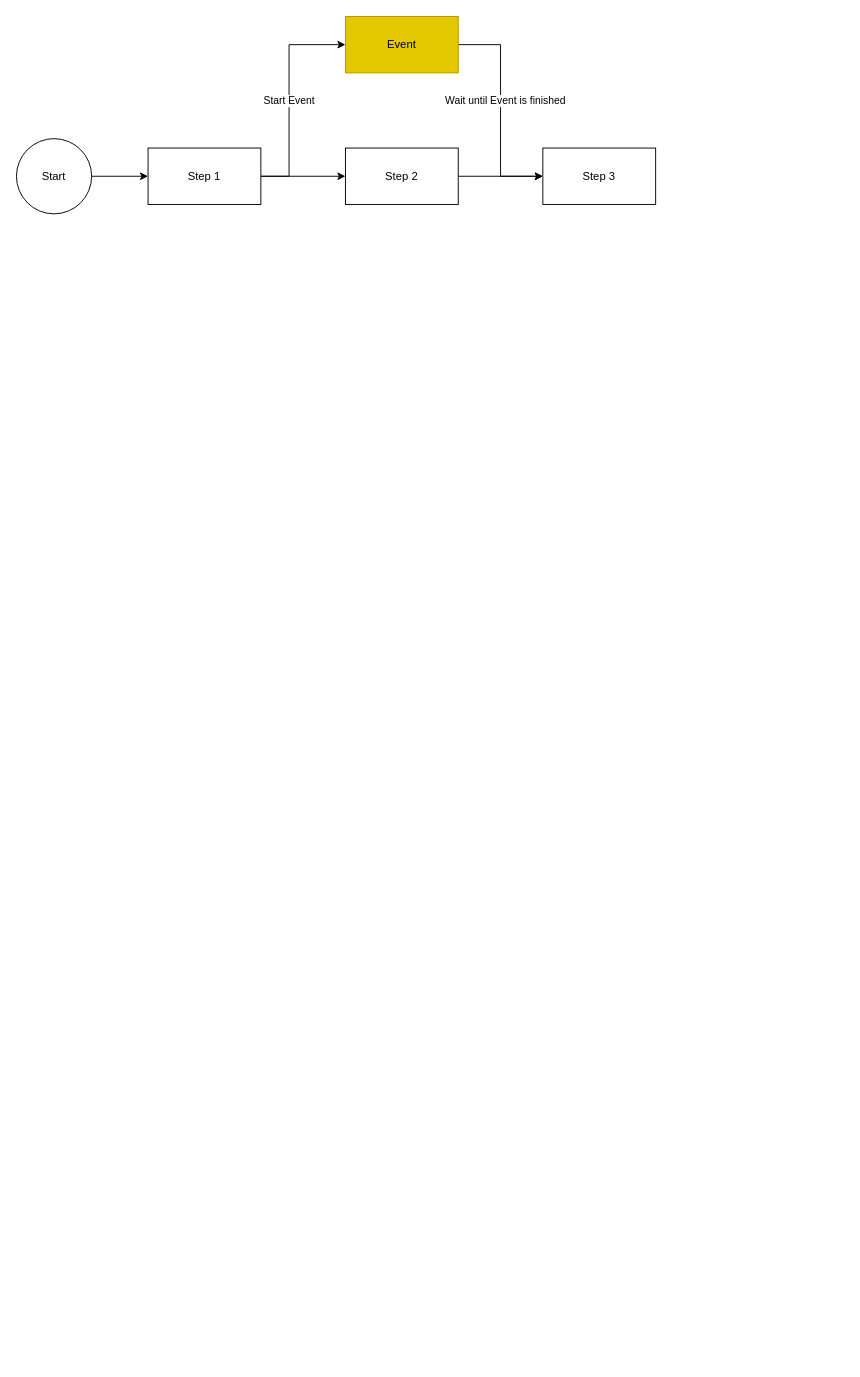
Above: page "asynchronousEventIntegrity" (13 of 17) of diagrams/PhasedDiagrams.drawio in adobe/phased-testing (draw.io), before the change. Source tidied: cells renumbered, new cells numbered last; positions are measured from the earlier drawing's top-left corner, leaving out a move shared by most shapes. Both pictures are drawn from the tidied source at 94%, with x=0, y=0 at pixel (16, 16).
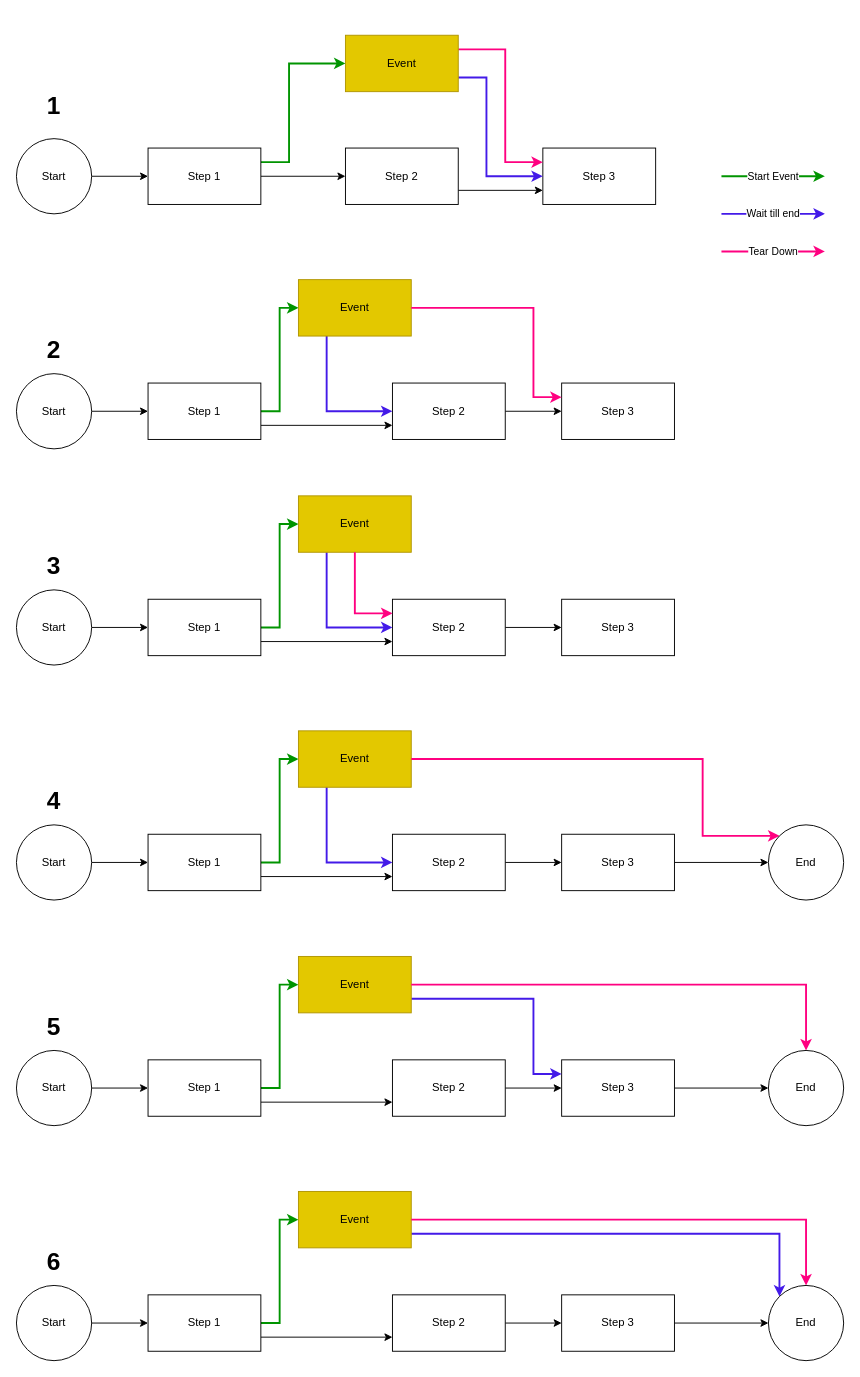
After the change.

Unchanged cells that the change refers to:
```xml
<mxCell id="6" value="Step 1" style="whiteSpace=wrap;html=1;" parent="1" vertex="1">
  <mxGeometry x="140" y="140" width="120" height="60" as="geometry" />
</mxCell>
<mxCell id="8" value="Step 2" style="whiteSpace=wrap;html=1;" parent="1" vertex="1">
  <mxGeometry x="350" y="140" width="120" height="60" as="geometry" />
</mxCell>
<mxCell id="9" value="Step 3" style="whiteSpace=wrap;html=1;" parent="1" vertex="1">
  <mxGeometry x="560" y="140" width="120" height="60" as="geometry" />
</mxCell>
```

Change to the diagram source:
```diff
@@
-    <mxCell id="4" value="Start Event" style="edgeStyle=orthogonalEdgeStyle;rounded=0;jettySize=auto;html=1;entryX=0;entryY=0.5;entryDx=0;entryDy=0;exitX=1;exitY=0.5;exitDx=0;exitDy=0;" parent="1" edge="1" source="6" target="11">
+    <mxCell id="4" style="edgeStyle=orthogonalEdgeStyle;rounded=0;jettySize=auto;html=1;entryX=0;entryY=0.5;entryDx=0;entryDy=0;exitX=1;exitY=0.25;exitDx=0;exitDy=0;strokeColor=#009400;strokeWidth=2;" parent="1" edge="1" source="6" target="11">
       <mxGeometry x="-0.04" relative="1" as="geometry">
         <Array as="points">
-          <mxPoint x="290" y="170" />
-          <mxPoint x="290" y="30" />
+          <mxPoint x="290" y="155" />
+          <mxPoint x="290" y="50" />
         </Array>
       </mxGeometry>
     </mxCell>
@@
-    <mxCell id="7" style="edgeStyle=orthogonalEdgeStyle;rounded=0;jettySize=auto;html=1;" parent="1" edge="1" source="8" target="9">
+    <mxCell id="7" style="edgeStyle=orthogonalEdgeStyle;rounded=0;jettySize=auto;html=1;exitX=1;exitY=0.75;exitDx=0;exitDy=0;entryX=0;entryY=0.75;entryDx=0;entryDy=0;" parent="1" edge="1" source="8" target="9">
       <mxGeometry relative="1" as="geometry" />
     </mxCell>
@@
-    <mxCell id="10" value="Wait until Event is finished" style="edgeStyle=orthogonalEdgeStyle;rounded=0;jettySize=auto;html=1;exitX=1;exitY=0.5;exitDx=0;exitDy=0;entryX=0;entryY=0.5;entryDx=0;entryDy=0;" parent="1" edge="1" source="11" target="9">
-      <mxGeometry x="-0.09" y="5" relative="1" as="geometry" />
+    <mxCell id="10" style="edgeStyle=orthogonalEdgeStyle;rounded=0;jettySize=auto;html=1;exitX=1;exitY=0.75;exitDx=0;exitDy=0;strokeColor=#431AE8;strokeWidth=2;entryX=0;entryY=0.5;entryDx=0;entryDy=0;" parent="1" edge="1" source="11" target="9">
+      <mxGeometry x="0.04" relative="1" as="geometry">
+        <Array as="points">
+          <mxPoint x="500" y="65" />
+          <mxPoint x="500" y="170" />
+        </Array>
+      </mxGeometry>
     </mxCell>
+    <mxCell id="12" style="edgeStyle=orthogonalEdgeStyle;rounded=0;jettySize=auto;html=1;exitX=1;exitY=0.25;exitDx=0;exitDy=0;strokeColor=#FF0080;strokeWidth=2;entryX=0;entryY=0.25;entryDx=0;entryDy=0;" parent="1" edge="1" source="11" target="9">
+      <mxGeometry relative="1" as="geometry">
+        <Array as="points">
+          <mxPoint x="520" y="35" />
+          <mxPoint x="520" y="155" />
+        </Array>
+      </mxGeometry>
+    </mxCell>
     <mxCell id="11" value="Event" style="rounded=0;whiteSpace=wrap;html=1;fillColor=#e3c800;fontColor=#000000;strokeColor=#B09500;" parent="1" vertex="1">
-      <mxGeometry x="350" width="120" height="60" as="geometry" />
+      <mxGeometry x="350" y="20" width="120" height="60" as="geometry" />
     </mxCell>
+    <mxCell id="13" style="edgeStyle=orthogonalEdgeStyle;rounded=0;jettySize=auto;html=1;" parent="1" edge="1" source="14" target="17">
+      <mxGeometry relative="1" as="geometry" />
+    </mxCell>
+    <mxCell id="14" value="Start" style="ellipse;whiteSpace=wrap;html=1;" parent="1" vertex="1">
+      <mxGeometry y="610" width="80" height="80" as="geometry" />
+    </mxCell>
+    <mxCell id="15" style="edgeStyle=orthogonalEdgeStyle;rounded=0;jettySize=auto;html=1;exitX=1;exitY=0.5;exitDx=0;exitDy=0;entryX=0;entryY=0.5;entryDx=0;entryDy=0;strokeColor=#009400;strokeWidth=2;" parent="1" edge="1" source="17" target="22">
+      <mxGeometry x="-0.04" relative="1" as="geometry">
+        <Array as="points">
+          <mxPoint x="280" y="650" />
+          <mxPoint x="280" y="540" />
+        </Array>
+      </mxGeometry>
+    </mxCell>
+    <mxCell id="16" style="edgeStyle=orthogonalEdgeStyle;rounded=0;jettySize=auto;html=1;exitX=1;exitY=0.75;exitDx=0;exitDy=0;entryX=0;entryY=0.75;entryDx=0;entryDy=0;" parent="1" edge="1" source="17" target="19">
+      <mxGeometry relative="1" as="geometry" />
+    </mxCell>
+    <mxCell id="17" value="Step 1" style="whiteSpace=wrap;html=1;" parent="1" vertex="1">
+      <mxGeometry x="140" y="620" width="120" height="60" as="geometry" />
+    </mxCell>
+    <mxCell id="18" style="edgeStyle=orthogonalEdgeStyle;rounded=0;jettySize=auto;html=1;" parent="1" edge="1" source="19" target="20">
+      <mxGeometry relative="1" as="geometry" />
+    </mxCell>
+    <mxCell id="19" value="Step 2" style="whiteSpace=wrap;html=1;" parent="1" vertex="1">
+      <mxGeometry x="400" y="620" width="120" height="60" as="geometry" />
+    </mxCell>
+    <mxCell id="20" value="Step 3" style="whiteSpace=wrap;html=1;" parent="1" vertex="1">
+      <mxGeometry x="580" y="620" width="120" height="60" as="geometry" />
+    </mxCell>
+    <mxCell id="21" style="edgeStyle=orthogonalEdgeStyle;rounded=0;jettySize=auto;html=1;exitX=0.25;exitY=1;exitDx=0;exitDy=0;entryX=0;entryY=0.5;entryDx=0;entryDy=0;strokeColor=#431AE8;strokeWidth=2;" parent="1" edge="1" source="22" target="19">
+      <mxGeometry x="-0.09" y="5" relative="1" as="geometry">
+        <Array as="points">
+          <mxPoint x="330" y="650" />
+        </Array>
+      </mxGeometry>
+    </mxCell>
+    <mxCell id="22" value="Event" style="rounded=0;whiteSpace=wrap;html=1;fillColor=#e3c800;fontColor=#000000;strokeColor=#B09500;" parent="1" vertex="1">
+      <mxGeometry x="300" y="510" width="120" height="60" as="geometry" />
+    </mxCell>
+    <mxCell id="23" value="Start Event" style="endArrow=classic;html=1;rounded=0;strokeColor=#009400;strokeWidth=2;" parent="1" edge="1">
+      <mxGeometry relative="1" as="geometry">
+        <mxPoint x="750" y="170" as="sourcePoint" />
+        <mxPoint x="860" y="170" as="targetPoint" />
+      </mxGeometry>
+    </mxCell>
+    <mxCell id="24" value="Wait till end" style="endArrow=classic;html=1;rounded=0;strokeWidth=2;strokeColor=#431AE8;" parent="1" edge="1">
+      <mxGeometry relative="1" as="geometry">
+        <mxPoint x="750" y="210" as="sourcePoint" />
+        <mxPoint x="860" y="210" as="targetPoint" />
+      </mxGeometry>
+    </mxCell>
+    <mxCell id="25" value="Tear Down" style="endArrow=classic;html=1;rounded=0;strokeColor=#FF0080;strokeWidth=2;" parent="1" edge="1">
+      <mxGeometry relative="1" as="geometry">
+        <mxPoint x="750" y="250" as="sourcePoint" />
+        <mxPoint x="860" y="250" as="targetPoint" />
+      </mxGeometry>
+    </mxCell>
+    <mxCell id="26" style="edgeStyle=orthogonalEdgeStyle;rounded=0;jettySize=auto;html=1;exitX=0.5;exitY=1;exitDx=0;exitDy=0;strokeColor=#FF0080;strokeWidth=2;entryX=0;entryY=0.25;entryDx=0;entryDy=0;" parent="1" edge="1" source="22" target="19">
+      <mxGeometry relative="1" as="geometry">
+        <Array as="points">
+          <mxPoint x="360" y="635" />
+        </Array>
+      </mxGeometry>
+    </mxCell>
+    <mxCell id="27" style="edgeStyle=orthogonalEdgeStyle;rounded=0;jettySize=auto;html=1;" parent="1" edge="1" source="28" target="31">
+      <mxGeometry relative="1" as="geometry" />
+    </mxCell>
+    <mxCell id="28" value="Start" style="ellipse;whiteSpace=wrap;html=1;" parent="1" vertex="1">
+      <mxGeometry y="380" width="80" height="80" as="geometry" />
+    </mxCell>
+    <mxCell id="29" style="edgeStyle=orthogonalEdgeStyle;rounded=0;jettySize=auto;html=1;exitX=1;exitY=0.5;exitDx=0;exitDy=0;entryX=0;entryY=0.5;entryDx=0;entryDy=0;strokeColor=#009400;strokeWidth=2;" parent="1" edge="1" source="31" target="36">
+      <mxGeometry x="-0.04" relative="1" as="geometry">
+        <Array as="points">
+          <mxPoint x="280" y="420" />
+          <mxPoint x="280" y="310" />
+        </Array>
+      </mxGeometry>
+    </mxCell>
+    <mxCell id="30" style="edgeStyle=orthogonalEdgeStyle;rounded=0;jettySize=auto;html=1;exitX=1;exitY=0.75;exitDx=0;exitDy=0;entryX=0;entryY=0.75;entryDx=0;entryDy=0;" parent="1" edge="1" source="31" target="33">
+      <mxGeometry relative="1" as="geometry" />
+    </mxCell>
+    <mxCell id="31" value="Step 1" style="whiteSpace=wrap;html=1;" parent="1" vertex="1">
+      <mxGeometry x="140" y="390" width="120" height="60" as="geometry" />
+    </mxCell>
+    <mxCell id="32" style="edgeStyle=orthogonalEdgeStyle;rounded=0;jettySize=auto;html=1;" parent="1" edge="1" source="33" target="34">
+      <mxGeometry relative="1" as="geometry" />
+    </mxCell>
+    <mxCell id="33" value="Step 2" style="whiteSpace=wrap;html=1;" parent="1" vertex="1">
+      <mxGeometry x="400" y="390" width="120" height="60" as="geometry" />
+    </mxCell>
+    <mxCell id="34" value="Step 3" style="whiteSpace=wrap;html=1;" parent="1" vertex="1">
+      <mxGeometry x="580" y="390" width="120" height="60" as="geometry" />
+    </mxCell>
+    <mxCell id="35" style="edgeStyle=orthogonalEdgeStyle;rounded=0;jettySize=auto;html=1;exitX=0.25;exitY=1;exitDx=0;exitDy=0;entryX=0;entryY=0.5;entryDx=0;entryDy=0;strokeColor=#431AE8;strokeWidth=2;" parent="1" edge="1" source="36" target="33">
+      <mxGeometry x="-0.09" y="5" relative="1" as="geometry">
+        <Array as="points">
+          <mxPoint x="330" y="420" />
+        </Array>
+      </mxGeometry>
+    </mxCell>
+    <mxCell id="36" value="Event" style="rounded=0;whiteSpace=wrap;html=1;fillColor=#e3c800;fontColor=#000000;strokeColor=#B09500;" parent="1" vertex="1">
+      <mxGeometry x="300" y="280" width="120" height="60" as="geometry" />
+    </mxCell>
+    <mxCell id="37" style="edgeStyle=orthogonalEdgeStyle;rounded=0;jettySize=auto;html=1;exitX=1;exitY=0.5;exitDx=0;exitDy=0;strokeColor=#FF0080;strokeWidth=2;entryX=0;entryY=0.25;entryDx=0;entryDy=0;" parent="1" edge="1" source="36" target="34">
+      <mxGeometry relative="1" as="geometry">
+        <Array as="points">
+          <mxPoint x="550" y="310" />
+          <mxPoint x="550" y="405" />
+        </Array>
+      </mxGeometry>
+    </mxCell>
+    <mxCell id="38" style="edgeStyle=orthogonalEdgeStyle;rounded=0;jettySize=auto;html=1;" parent="1" edge="1" source="39" target="42">
+      <mxGeometry relative="1" as="geometry" />
+    </mxCell>
+    <mxCell id="39" value="Start" style="ellipse;whiteSpace=wrap;html=1;" parent="1" vertex="1">
+      <mxGeometry y="860" width="80" height="80" as="geometry" />
+    </mxCell>
+    <mxCell id="40" style="edgeStyle=orthogonalEdgeStyle;rounded=0;jettySize=auto;html=1;exitX=1;exitY=0.5;exitDx=0;exitDy=0;entryX=0;entryY=0.5;entryDx=0;entryDy=0;strokeColor=#009400;strokeWidth=2;" parent="1" edge="1" source="42" target="48">
+      <mxGeometry x="-0.04" relative="1" as="geometry">
+        <Array as="points">
+          <mxPoint x="280" y="900" />
+          <mxPoint x="280" y="790" />
+        </Array>
+      </mxGeometry>
+    </mxCell>
+    <mxCell id="41" style="edgeStyle=orthogonalEdgeStyle;rounded=0;jettySize=auto;html=1;exitX=1;exitY=0.75;exitDx=0;exitDy=0;entryX=0;entryY=0.75;entryDx=0;entryDy=0;" parent="1" edge="1" source="42" target="44">
+      <mxGeometry relative="1" as="geometry" />
+    </mxCell>
+    <mxCell id="42" value="Step 1" style="whiteSpace=wrap;html=1;" parent="1" vertex="1">
+      <mxGeometry x="140" y="870" width="120" height="60" as="geometry" />
+    </mxCell>
+    <mxCell id="43" style="edgeStyle=orthogonalEdgeStyle;rounded=0;jettySize=auto;html=1;" parent="1" edge="1" source="44" target="46">
+      <mxGeometry relative="1" as="geometry" />
+    </mxCell>
+    <mxCell id="44" value="Step 2" style="whiteSpace=wrap;html=1;" parent="1" vertex="1">
+      <mxGeometry x="400" y="870" width="120" height="60" as="geometry" />
+    </mxCell>
+    <mxCell id="45" style="edgeStyle=orthogonalEdgeStyle;rounded=0;jettySize=auto;html=1;" parent="1" edge="1" source="46" target="50">
+      <mxGeometry relative="1" as="geometry" />
+    </mxCell>
+    <mxCell id="46" value="Step 3" style="whiteSpace=wrap;html=1;" parent="1" vertex="1">
+      <mxGeometry x="580" y="870" width="120" height="60" as="geometry" />
+    </mxCell>
+    <mxCell id="47" style="edgeStyle=orthogonalEdgeStyle;rounded=0;jettySize=auto;html=1;exitX=0.25;exitY=1;exitDx=0;exitDy=0;entryX=0;entryY=0.5;entryDx=0;entryDy=0;strokeColor=#431AE8;strokeWidth=2;" parent="1" edge="1" source="48" target="44">
+      <mxGeometry x="-0.09" y="5" relative="1" as="geometry">
+        <Array as="points">
+          <mxPoint x="330" y="900" />
+        </Array>
+      </mxGeometry>
+    </mxCell>
+    <mxCell id="48" value="Event" style="rounded=0;whiteSpace=wrap;html=1;fillColor=#e3c800;fontColor=#000000;strokeColor=#B09500;" parent="1" vertex="1">
+      <mxGeometry x="300" y="760" width="120" height="60" as="geometry" />
+    </mxCell>
+    <mxCell id="49" style="edgeStyle=orthogonalEdgeStyle;rounded=0;jettySize=auto;html=1;exitX=1;exitY=0.5;exitDx=0;exitDy=0;strokeColor=#FF0080;strokeWidth=2;entryX=0;entryY=0;entryDx=0;entryDy=0;" parent="1" edge="1" source="48" target="50">
+      <mxGeometry relative="1" as="geometry">
+        <Array as="points">
+          <mxPoint x="730" y="790" />
+          <mxPoint x="730" y="872" />
+        </Array>
+      </mxGeometry>
+    </mxCell>
+    <mxCell id="50" value="End" style="ellipse;whiteSpace=wrap;html=1;" parent="1" vertex="1">
+      <mxGeometry x="800" y="860" width="80" height="80" as="geometry" />
+    </mxCell>
+    <mxCell id="51" style="edgeStyle=orthogonalEdgeStyle;rounded=0;jettySize=auto;html=1;" parent="1" edge="1" source="52" target="55">
+      <mxGeometry relative="1" as="geometry" />
+    </mxCell>
+    <mxCell id="52" value="Start" style="ellipse;whiteSpace=wrap;html=1;" parent="1" vertex="1">
+      <mxGeometry y="1350" width="80" height="80" as="geometry" />
+    </mxCell>
+    <mxCell id="53" style="edgeStyle=orthogonalEdgeStyle;rounded=0;jettySize=auto;html=1;exitX=1;exitY=0.5;exitDx=0;exitDy=0;entryX=0;entryY=0.5;entryDx=0;entryDy=0;strokeColor=#009400;strokeWidth=2;" parent="1" edge="1" source="55" target="61">
+      <mxGeometry x="-0.04" relative="1" as="geometry">
+        <Array as="points">
+          <mxPoint x="280" y="1390" />
+          <mxPoint x="280" y="1280" />
+        </Array>
+      </mxGeometry>
+    </mxCell>
+    <mxCell id="54" style="edgeStyle=orthogonalEdgeStyle;rounded=0;jettySize=auto;html=1;exitX=1;exitY=0.75;exitDx=0;exitDy=0;entryX=0;entryY=0.75;entryDx=0;entryDy=0;" parent="1" edge="1" source="55" target="57">
+      <mxGeometry relative="1" as="geometry" />
+    </mxCell>
+    <mxCell id="55" value="Step 1" style="whiteSpace=wrap;html=1;" parent="1" vertex="1">
+      <mxGeometry x="140" y="1360" width="120" height="60" as="geometry" />
+    </mxCell>
+    <mxCell id="56" style="edgeStyle=orthogonalEdgeStyle;rounded=0;jettySize=auto;html=1;" parent="1" edge="1" source="57" target="59">
+      <mxGeometry relative="1" as="geometry" />
+    </mxCell>
+    <mxCell id="57" value="Step 2" style="whiteSpace=wrap;html=1;" parent="1" vertex="1">
+      <mxGeometry x="400" y="1360" width="120" height="60" as="geometry" />
+    </mxCell>
+    <mxCell id="58" style="edgeStyle=orthogonalEdgeStyle;rounded=0;jettySize=auto;html=1;" parent="1" edge="1" source="59" target="63">
+      <mxGeometry relative="1" as="geometry" />
+    </mxCell>
+    <mxCell id="59" value="Step 3" style="whiteSpace=wrap;html=1;" parent="1" vertex="1">
+      <mxGeometry x="580" y="1360" width="120" height="60" as="geometry" />
+    </mxCell>
+    <mxCell id="60" style="edgeStyle=orthogonalEdgeStyle;rounded=0;jettySize=auto;html=1;exitX=1;exitY=0.75;exitDx=0;exitDy=0;strokeColor=#431AE8;strokeWidth=2;entryX=0;entryY=0;entryDx=0;entryDy=0;" parent="1" edge="1" source="61" target="63">
+      <mxGeometry x="-0.09" y="5" relative="1" as="geometry">
+        <Array as="points">
+          <mxPoint x="812" y="1295" />
+        </Array>
+      </mxGeometry>
+    </mxCell>
+    <mxCell id="61" value="Event" style="rounded=0;whiteSpace=wrap;html=1;fillColor=#e3c800;fontColor=#000000;strokeColor=#B09500;" parent="1" vertex="1">
+      <mxGeometry x="300" y="1250" width="120" height="60" as="geometry" />
+    </mxCell>
+    <mxCell id="62" style="edgeStyle=orthogonalEdgeStyle;rounded=0;jettySize=auto;html=1;exitX=1;exitY=0.5;exitDx=0;exitDy=0;strokeColor=#FF0080;strokeWidth=2;entryX=0.5;entryY=0;entryDx=0;entryDy=0;" parent="1" edge="1" source="61" target="63">
+      <mxGeometry relative="1" as="geometry">
+        <Array as="points">
+          <mxPoint x="840" y="1280" />
+        </Array>
+      </mxGeometry>
+    </mxCell>
+    <mxCell id="63" value="End" style="ellipse;whiteSpace=wrap;html=1;" parent="1" vertex="1">
+      <mxGeometry x="800" y="1350" width="80" height="80" as="geometry" />
+    </mxCell>
+    <mxCell id="64" style="edgeStyle=orthogonalEdgeStyle;rounded=0;jettySize=auto;html=1;" parent="1" edge="1" source="65" target="68">
+      <mxGeometry relative="1" as="geometry" />
+    </mxCell>
+    <mxCell id="65" value="Start" style="ellipse;whiteSpace=wrap;html=1;" parent="1" vertex="1">
+      <mxGeometry y="1100" width="80" height="80" as="geometry" />
+    </mxCell>
+    <mxCell id="66" style="edgeStyle=orthogonalEdgeStyle;rounded=0;jettySize=auto;html=1;exitX=1;exitY=0.5;exitDx=0;exitDy=0;entryX=0;entryY=0.5;entryDx=0;entryDy=0;strokeColor=#009400;strokeWidth=2;" parent="1" edge="1" source="68" target="74">
+      <mxGeometry x="-0.04" relative="1" as="geometry">
+        <Array as="points">
+          <mxPoint x="280" y="1140" />
+          <mxPoint x="280" y="1030" />
+        </Array>
+      </mxGeometry>
+    </mxCell>
+    <mxCell id="67" style="edgeStyle=orthogonalEdgeStyle;rounded=0;jettySize=auto;html=1;exitX=1;exitY=0.75;exitDx=0;exitDy=0;entryX=0;entryY=0.75;entryDx=0;entryDy=0;" parent="1" edge="1" source="68" target="70">
+      <mxGeometry relative="1" as="geometry" />
+    </mxCell>
+    <mxCell id="68" value="Step 1" style="whiteSpace=wrap;html=1;" parent="1" vertex="1">
+      <mxGeometry x="140" y="1110" width="120" height="60" as="geometry" />
+    </mxCell>
+    <mxCell id="69" style="edgeStyle=orthogonalEdgeStyle;rounded=0;jettySize=auto;html=1;" parent="1" edge="1" source="70" target="72">
+      <mxGeometry relative="1" as="geometry" />
+    </mxCell>
+    <mxCell id="70" value="Step 2" style="whiteSpace=wrap;html=1;" parent="1" vertex="1">
+      <mxGeometry x="400" y="1110" width="120" height="60" as="geometry" />
+    </mxCell>
+    <mxCell id="71" style="edgeStyle=orthogonalEdgeStyle;rounded=0;jettySize=auto;html=1;" parent="1" edge="1" source="72" target="76">
+      <mxGeometry relative="1" as="geometry" />
+    </mxCell>
+    <mxCell id="72" value="Step 3" style="whiteSpace=wrap;html=1;" parent="1" vertex="1">
+      <mxGeometry x="580" y="1110" width="120" height="60" as="geometry" />
+    </mxCell>
+    <mxCell id="73" style="edgeStyle=orthogonalEdgeStyle;rounded=0;jettySize=auto;html=1;exitX=1;exitY=0.75;exitDx=0;exitDy=0;strokeColor=#431AE8;strokeWidth=2;entryX=0;entryY=0.25;entryDx=0;entryDy=0;" parent="1" edge="1" source="74" target="72">
+      <mxGeometry x="-0.09" y="5" relative="1" as="geometry">
+        <Array as="points">
+          <mxPoint x="550" y="1045" />
+          <mxPoint x="550" y="1125" />
+        </Array>
+      </mxGeometry>
+    </mxCell>
+    <mxCell id="74" value="Event" style="rounded=0;whiteSpace=wrap;html=1;fillColor=#e3c800;fontColor=#000000;strokeColor=#B09500;" parent="1" vertex="1">
+      <mxGeometry x="300" y="1000" width="120" height="60" as="geometry" />
+    </mxCell>
+    <mxCell id="75" style="edgeStyle=orthogonalEdgeStyle;rounded=0;jettySize=auto;html=1;exitX=1;exitY=0.5;exitDx=0;exitDy=0;strokeColor=#FF0080;strokeWidth=2;entryX=0.5;entryY=0;entryDx=0;entryDy=0;" parent="1" edge="1" source="74" target="76">
+      <mxGeometry relative="1" as="geometry">
+        <Array as="points">
+          <mxPoint x="840" y="1030" />
+        </Array>
+      </mxGeometry>
+    </mxCell>
+    <mxCell id="76" value="End" style="ellipse;whiteSpace=wrap;html=1;" parent="1" vertex="1">
+      <mxGeometry x="800" y="1100" width="80" height="80" as="geometry" />
+    </mxCell>
+    <mxCell id="77" value="1" style="text;html=1;strokeColor=none;fillColor=none;align=center;verticalAlign=middle;whiteSpace=wrap;rounded=0;fontSize=26;fontStyle=1;" parent="1" vertex="1">
+      <mxGeometry x="10" y="80" width="60" height="30" as="geometry" />
+    </mxCell>
+    <mxCell id="78" value="2" style="text;html=1;strokeColor=none;fillColor=none;align=center;verticalAlign=middle;whiteSpace=wrap;rounded=0;fontSize=26;fontStyle=1;" parent="1" vertex="1">
+      <mxGeometry x="10" y="340" width="60" height="30" as="geometry" />
+    </mxCell>
+    <mxCell id="79" value="3" style="text;html=1;strokeColor=none;fillColor=none;align=center;verticalAlign=middle;whiteSpace=wrap;rounded=0;fontSize=26;fontStyle=1;" parent="1" vertex="1">
+      <mxGeometry x="10" y="570" width="60" height="30" as="geometry" />
+    </mxCell>
+    <mxCell id="80" value="4" style="text;html=1;strokeColor=none;fillColor=none;align=center;verticalAlign=middle;whiteSpace=wrap;rounded=0;fontSize=26;fontStyle=1;" parent="1" vertex="1">
+      <mxGeometry x="10" y="820" width="60" height="30" as="geometry" />
+    </mxCell>
+    <mxCell id="81" value="5" style="text;html=1;strokeColor=none;fillColor=none;align=center;verticalAlign=middle;whiteSpace=wrap;rounded=0;fontSize=26;fontStyle=1;" parent="1" vertex="1">
+      <mxGeometry x="10" y="1060" width="60" height="30" as="geometry" />
+    </mxCell>
+    <mxCell id="82" value="6" style="text;html=1;strokeColor=none;fillColor=none;align=center;verticalAlign=middle;whiteSpace=wrap;rounded=0;fontSize=26;fontStyle=1;" parent="1" vertex="1">
+      <mxGeometry x="10" y="1310" width="60" height="30" as="geometry" />
+    </mxCell>
```
